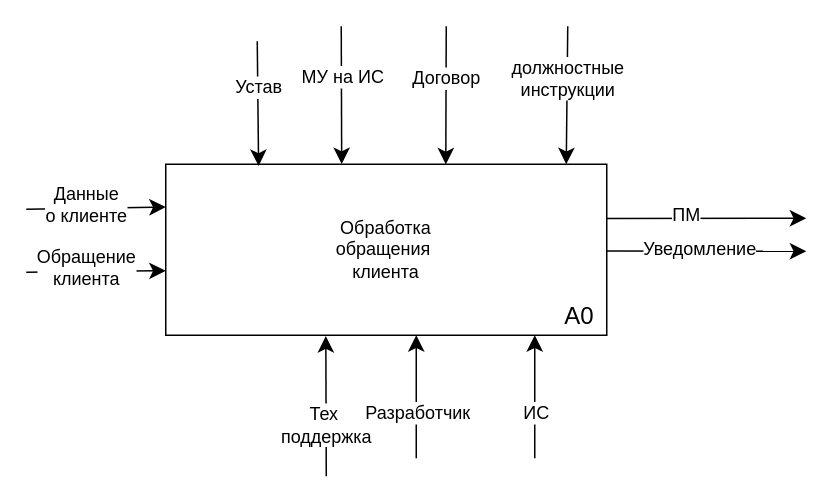
Earlier version of the draw.io diagram page "to-be a0" (3 of 4) of ДИПЛОМ/Новая папка/idef0.drawio (semenovMaksWeb/biti). Source tidied: cells renumbered, new cells numbered last; positions are measured from the earlier drawing's top-left corner, leaving out a move shared by most shapes. Both pictures are drawn from the tidied source at 150%, with x=0, y=0 at pixel (26, 26).
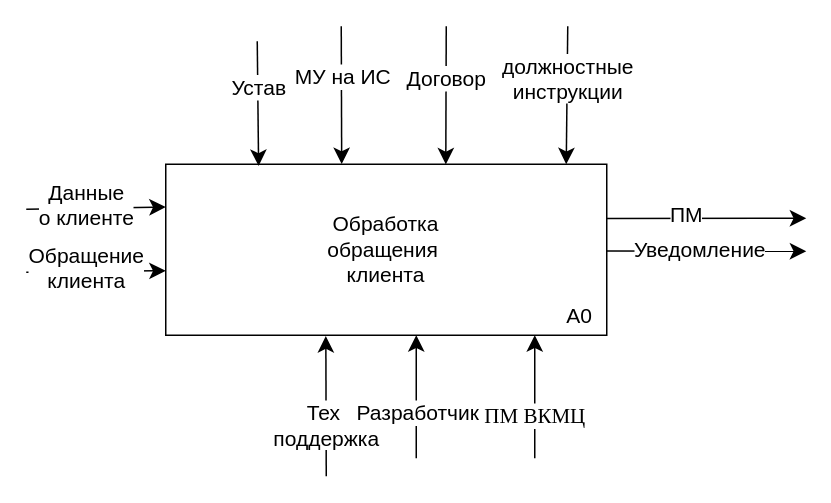
After the change.

What changed in the source:
```diff
@@
-    <mxCell id="2" value="Обработка&lt;br&gt;обращения&amp;nbsp;&lt;br&gt;клиента" style="rounded=0;whiteSpace=wrap;html=1;" parent="1" vertex="1">
+    <mxCell id="2" value="Обработка&lt;br&gt;обращения&amp;nbsp;&lt;br&gt;клиента" style="rounded=0;whiteSpace=wrap;html=1;fontSize=14;" parent="1" vertex="1">
       <mxGeometry x="93" y="92" width="294" height="114" as="geometry" />
     </mxCell>
-    <mxCell id="3" value="А0" style="text;html=1;align=center;verticalAlign=middle;whiteSpace=wrap;rounded=0;fontSize=16;" parent="1" vertex="1">
+    <mxCell id="3" value="А0" style="text;html=1;align=center;verticalAlign=middle;whiteSpace=wrap;rounded=0;fontSize=14;" parent="1" vertex="1">
       <mxGeometry x="339" y="178" width="60" height="30" as="geometry" />
     </mxCell>
-    <mxCell id="4" style="endArrow=classic;html=1;rounded=0;fontSize=12;startSize=8;endSize=8;curved=1;entryX=0;entryY=0.25;entryDx=0;entryDy=0;" parent="1" edge="1" target="2">
+    <mxCell id="4" style="endArrow=classic;html=1;rounded=0;fontSize=14;startSize=8;endSize=8;curved=1;entryX=0;entryY=0.25;entryDx=0;entryDy=0;" parent="1" edge="1" target="2">
       <mxGeometry relative="1" as="geometry">
         <mxPoint y="122" as="sourcePoint" />
       </mxGeometry>
     </mxCell>
-    <mxCell id="5" value="Данные&lt;br&gt;о клиенте" style="edgeLabel;html=1;align=center;verticalAlign=middle;fontSize=12;" parent="4" vertex="1">
+    <mxCell id="5" value="Данные&lt;br&gt;о клиенте" style="edgeLabel;html=1;align=center;verticalAlign=middle;fontSize=14;" parent="4" vertex="1">
       <mxGeometry x="-0.36" y="3" relative="1" as="geometry">
         <mxPoint x="10" as="offset" />
       </mxGeometry>
     </mxCell>
-    <mxCell id="6" style="endArrow=classic;html=1;rounded=0;fontSize=12;startSize=8;endSize=8;curved=1;entryX=0;entryY=0.25;entryDx=0;entryDy=0;" parent="1" edge="1">
+    <mxCell id="6" style="endArrow=classic;html=1;rounded=0;fontSize=14;startSize=8;endSize=8;curved=1;entryX=0;entryY=0.25;entryDx=0;entryDy=0;" parent="1" edge="1">
       <mxGeometry relative="1" as="geometry">
         <mxPoint y="164" as="sourcePoint" />
         <mxPoint x="93" y="163" as="targetPoint" />
       </mxGeometry>
     </mxCell>
-    <mxCell id="7" value="Обращение&lt;br&gt;клиента" style="edgeLabel;html=1;align=center;verticalAlign=middle;fontSize=12;" parent="6" vertex="1">
+    <mxCell id="7" value="Обращение&lt;br&gt;клиента" style="edgeLabel;html=1;align=center;verticalAlign=middle;fontSize=14;" parent="6" vertex="1">
       <mxGeometry x="-0.36" y="3" relative="1" as="geometry">
         <mxPoint x="10" as="offset" />
       </mxGeometry>
     </mxCell>
-    <mxCell id="8" style="endArrow=classic;html=1;rounded=0;fontSize=12;startSize=8;endSize=8;curved=1;entryX=0.231;entryY=0.01;entryDx=0;entryDy=0;entryPerimeter=0;" parent="1" edge="1">
+    <mxCell id="8" style="endArrow=classic;html=1;rounded=0;fontSize=14;startSize=8;endSize=8;curved=1;entryX=0.231;entryY=0.01;entryDx=0;entryDy=0;entryPerimeter=0;" parent="1" edge="1">
       <mxGeometry relative="1" as="geometry">
         <mxPoint x="154" y="10" as="sourcePoint" />
         <mxPoint x="154.9" y="93.1" as="targetPoint" />
       </mxGeometry>
     </mxCell>
-    <mxCell id="9" value="Устав" style="edgeLabel;html=1;align=center;verticalAlign=middle;fontSize=12;" parent="8" vertex="1">
+    <mxCell id="9" value="Устав" style="edgeLabel;html=1;align=center;verticalAlign=middle;fontSize=14;" parent="8" vertex="1">
       <mxGeometry x="-0.25" relative="1" as="geometry" />
     </mxCell>
-    <mxCell id="10" style="endArrow=classic;html=1;rounded=0;fontSize=12;startSize=8;endSize=8;curved=1;entryX=0.365;entryY=-0.001;entryDx=0;entryDy=0;entryPerimeter=0;" parent="1" edge="1">
+    <mxCell id="10" style="endArrow=classic;html=1;rounded=0;fontSize=14;startSize=8;endSize=8;curved=1;entryX=0.365;entryY=-0.001;entryDx=0;entryDy=0;entryPerimeter=0;" parent="1" edge="1">
       <mxGeometry relative="1" as="geometry">
         <mxPoint x="210" as="sourcePoint" />
         <mxPoint x="210.3" y="91.9" as="targetPoint" />
       </mxGeometry>
     </mxCell>
-    <mxCell id="11" value="МУ на ИС" style="edgeLabel;html=1;align=center;verticalAlign=middle;fontSize=12;" parent="10" vertex="1">
+    <mxCell id="11" value="МУ на ИС" style="edgeLabel;html=1;align=center;verticalAlign=middle;fontSize=14;" parent="10" vertex="1">
       <mxGeometry x="-0.25" relative="1" as="geometry" />
     </mxCell>
-    <mxCell id="12" style="endArrow=classic;html=1;rounded=0;fontSize=12;startSize=8;endSize=8;curved=1;entryX=0.635;entryY=0.001;entryDx=0;entryDy=0;entryPerimeter=0;" parent="1" edge="1" target="2">
+    <mxCell id="12" style="endArrow=classic;html=1;rounded=0;fontSize=14;startSize=8;endSize=8;curved=1;entryX=0.635;entryY=0.001;entryDx=0;entryDy=0;entryPerimeter=0;" parent="1" edge="1" target="2">
       <mxGeometry relative="1" as="geometry">
         <mxPoint x="280" as="sourcePoint" />
       </mxGeometry>
     </mxCell>
-    <mxCell id="13" value="Договор" style="edgeLabel;html=1;align=center;verticalAlign=middle;fontSize=12;" parent="12" vertex="1">
+    <mxCell id="13" value="Договор" style="edgeLabel;html=1;align=center;verticalAlign=middle;fontSize=14;" parent="12" vertex="1">
       <mxGeometry x="-0.25" relative="1" as="geometry" />
     </mxCell>
-    <mxCell id="14" style="endArrow=classic;html=1;rounded=0;fontSize=12;startSize=8;endSize=8;curved=1;" parent="1" edge="1">
+    <mxCell id="14" style="endArrow=classic;html=1;rounded=0;fontSize=14;startSize=8;endSize=8;curved=1;" parent="1" edge="1">
       <mxGeometry relative="1" as="geometry">
         <mxPoint x="361" as="sourcePoint" />
         <mxPoint x="360" y="92" as="targetPoint" />
       </mxGeometry>
     </mxCell>
-    <mxCell id="15" value="должностные&lt;div&gt;инструкции&lt;/div&gt;" style="edgeLabel;html=1;align=center;verticalAlign=middle;fontSize=12;" parent="14" vertex="1">
+    <mxCell id="15" value="должностные&lt;div&gt;инструкции&lt;/div&gt;" style="edgeLabel;html=1;align=center;verticalAlign=middle;fontSize=14;" parent="14" vertex="1">
       <mxGeometry x="-0.25" relative="1" as="geometry" />
     </mxCell>
-    <mxCell id="16" style="endArrow=classic;html=1;rounded=0;fontSize=12;startSize=8;endSize=8;curved=1;exitX=1;exitY=0.422;exitDx=0;exitDy=0;exitPerimeter=0;" parent="1" edge="1">
+    <mxCell id="16" style="endArrow=classic;html=1;rounded=0;fontSize=14;startSize=8;endSize=8;curved=1;exitX=1;exitY=0.422;exitDx=0;exitDy=0;exitPerimeter=0;" parent="1" edge="1">
       <mxGeometry relative="1" as="geometry">
         <mxPoint x="387" y="128.1" as="sourcePoint" />
         <mxPoint x="520" y="128" as="targetPoint" />
       </mxGeometry>
     </mxCell>
-    <mxCell id="17" value="ПМ" style="edgeLabel;html=1;align=center;verticalAlign=middle;fontSize=12;" parent="16" vertex="1">
+    <mxCell id="17" value="ПМ" style="edgeLabel;html=1;align=center;verticalAlign=middle;fontSize=14;" parent="16" vertex="1">
       <mxGeometry x="-0.36" y="3" relative="1" as="geometry">
         <mxPoint x="10" as="offset" />
       </mxGeometry>
     </mxCell>
-    <mxCell id="18" style="endArrow=classic;html=1;rounded=0;fontSize=12;startSize=8;endSize=8;curved=1;exitX=0.99;exitY=0.623;exitDx=0;exitDy=0;exitPerimeter=0;" parent="1" edge="1">
+    <mxCell id="18" style="endArrow=classic;html=1;rounded=0;fontSize=14;startSize=8;endSize=8;curved=1;exitX=0.99;exitY=0.623;exitDx=0;exitDy=0;exitPerimeter=0;" parent="1" edge="1">
       <mxGeometry relative="1" as="geometry">
         <mxPoint x="387" y="149.9" as="sourcePoint" />
         <mxPoint x="520" y="150" as="targetPoint" />
       </mxGeometry>
     </mxCell>
-    <mxCell id="19" value="Уведомление" style="edgeLabel;html=1;align=center;verticalAlign=middle;fontSize=12;" parent="18" vertex="1">
+    <mxCell id="19" value="Уведомление" style="edgeLabel;html=1;align=center;verticalAlign=middle;fontSize=14;" parent="18" vertex="1">
       <mxGeometry x="-0.38" y="1" relative="1" as="geometry">
         <mxPoint x="20" as="offset" />
       </mxGeometry>
     </mxCell>
-    <mxCell id="20" style="endArrow=classic;html=1;rounded=0;fontSize=12;startSize=8;endSize=8;curved=1;entryX=0.363;entryY=1.005;entryDx=0;entryDy=0;entryPerimeter=0;" parent="1" edge="1" target="2">
+    <mxCell id="20" style="endArrow=classic;html=1;rounded=0;fontSize=14;startSize=8;endSize=8;curved=1;entryX=0.363;entryY=1.005;entryDx=0;entryDy=0;entryPerimeter=0;" parent="1" edge="1" target="2">
       <mxGeometry relative="1" as="geometry">
         <mxPoint x="200" y="300" as="sourcePoint" />
       </mxGeometry>
     </mxCell>
-    <mxCell id="21" value="Тех&amp;nbsp;&lt;br&gt;поддержка" style="edgeLabel;html=1;align=center;verticalAlign=middle;fontSize=12;" parent="20" vertex="1">
+    <mxCell id="21" value="Тех&amp;nbsp;&lt;br&gt;поддержка" style="edgeLabel;html=1;align=center;verticalAlign=middle;fontSize=14;" parent="20" vertex="1">
       <mxGeometry x="-0.25" relative="1" as="geometry" />
     </mxCell>
-    <mxCell id="22" style="endArrow=classic;html=1;rounded=0;fontSize=12;startSize=8;endSize=8;curved=1;entryX=0.143;entryY=1.009;entryDx=0;entryDy=0;entryPerimeter=0;" parent="1" edge="1">
+    <mxCell id="22" style="endArrow=classic;html=1;rounded=0;fontSize=14;startSize=8;endSize=8;curved=1;entryX=0.143;entryY=1.009;entryDx=0;entryDy=0;entryPerimeter=0;" parent="1" edge="1">
       <mxGeometry relative="1" as="geometry">
         <mxPoint x="260" y="288" as="sourcePoint" />
         <mxPoint x="260" y="206" as="targetPoint" />
       </mxGeometry>
     </mxCell>
-    <mxCell id="23" value="Разработчик" style="edgeLabel;html=1;align=center;verticalAlign=middle;fontSize=12;" parent="22" vertex="1">
+    <mxCell id="23" value="Разработчик" style="edgeLabel;html=1;align=center;verticalAlign=middle;fontSize=14;" parent="22" vertex="1">
       <mxGeometry x="-0.25" relative="1" as="geometry" />
     </mxCell>
-    <mxCell id="24" style="endArrow=classic;html=1;rounded=0;fontSize=12;startSize=8;endSize=8;curved=1;entryX=0.143;entryY=1.009;entryDx=0;entryDy=0;entryPerimeter=0;" parent="1" edge="1">
-      <mxGeometry relative="1" as="geometry">
+    <mxCell id="24" value="&lt;span&gt;&lt;span style=&quot;font-family: &amp;quot;Times New Roman&amp;quot;, serif;&quot;&gt;ПМ ВКМЦ&lt;/span&gt;&lt;/span&gt;" style="endArrow=classic;html=1;rounded=0;fontSize=14;startSize=8;endSize=8;curved=1;entryX=0.143;entryY=1.009;entryDx=0;entryDy=0;entryPerimeter=0;fontStyle=0;" parent="1" edge="1">
+      <mxGeometry x="-0.32" relative="1" as="geometry">
         <mxPoint x="339" y="288" as="sourcePoint" />
         <mxPoint x="339" y="206" as="targetPoint" />
       </mxGeometry>
     </mxCell>
-    <mxCell id="25" value="ИС" style="edgeLabel;html=1;align=center;verticalAlign=middle;fontSize=12;" parent="24" vertex="1">
-      <mxGeometry x="-0.25" relative="1" as="geometry" />
-    </mxCell>
```
